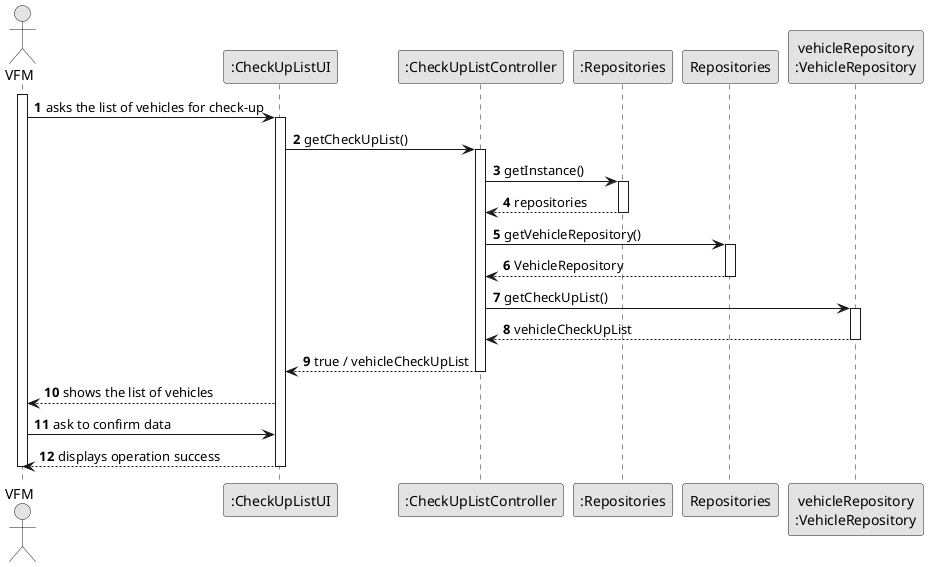
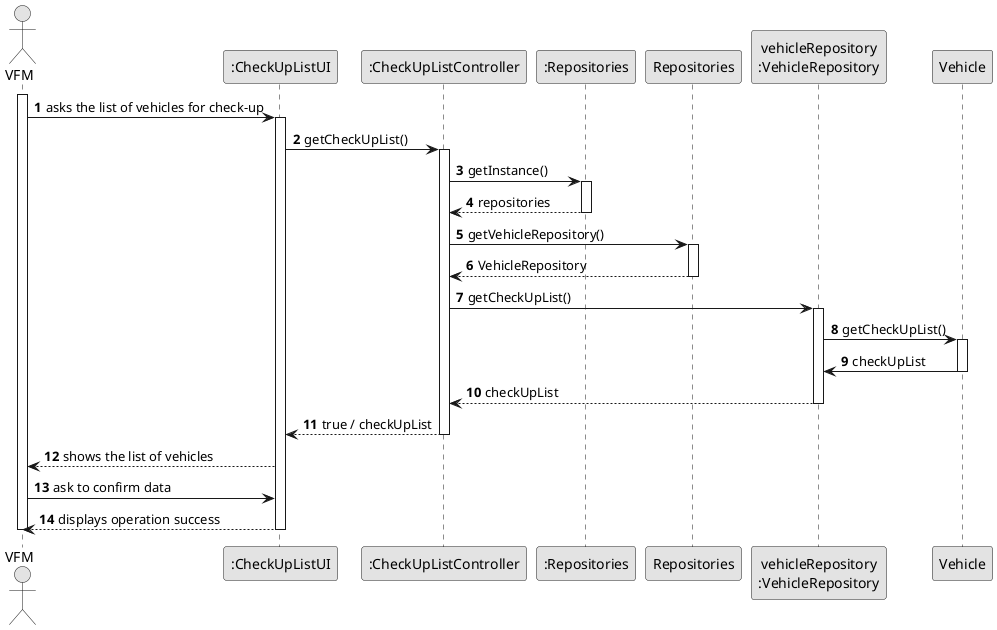
@startuml
skinparam monochrome true
skinparam packageStyle rectangle
skinparam shadowing false

autonumber

'hide footbox
actor "VFM" as VFM
participant ":CheckUpListUI" as UI

participant ":CheckUpListController" as CTRL

participant ":Repositories" as Repositories
participant "Repositories" as Repos
participant "vehicleRepository\n:VehicleRepository" as VehicleRepository

activate VFM

    VFM -> UI : asks the list of vehicles for check-up
    activate UI

    UI -> CTRL : getCheckUpList()
    activate CTRL

    CTRL -> Repositories : getInstance()
    activate Repositories

    Repositories --> CTRL : repositories
    deactivate Repositories

    CTRL -> Repos : getVehicleRepository()
    activate Repos

    Repos --> CTRL :VehicleRepository
    deactivate Repos

    CTRL -> VehicleRepository : getCheckUpList()
    activate VehicleRepository

-     VehicleRepository --> CTRL : vehicleCheckUpList
+     VehicleRepository -> Vehicle : getCheckUpList()
+     activate Vehicle
+ 
+     Vehicle -> VehicleRepository : checkUpList
+     deactivate Vehicle
+ 
+     VehicleRepository --> CTRL : checkUpList
    deactivate VehicleRepository

    deactivate VehicleRepository

-     CTRL --> UI: true / vehicleCheckUpList
+     CTRL --> UI: true / checkUpList
    deactivate CTRL

    UI --> VFM : shows the list of vehicles

    VFM -> UI : ask to confirm data

    UI --> VFM : displays operation success
    deactivate UI

deactivate VFM

@enduml